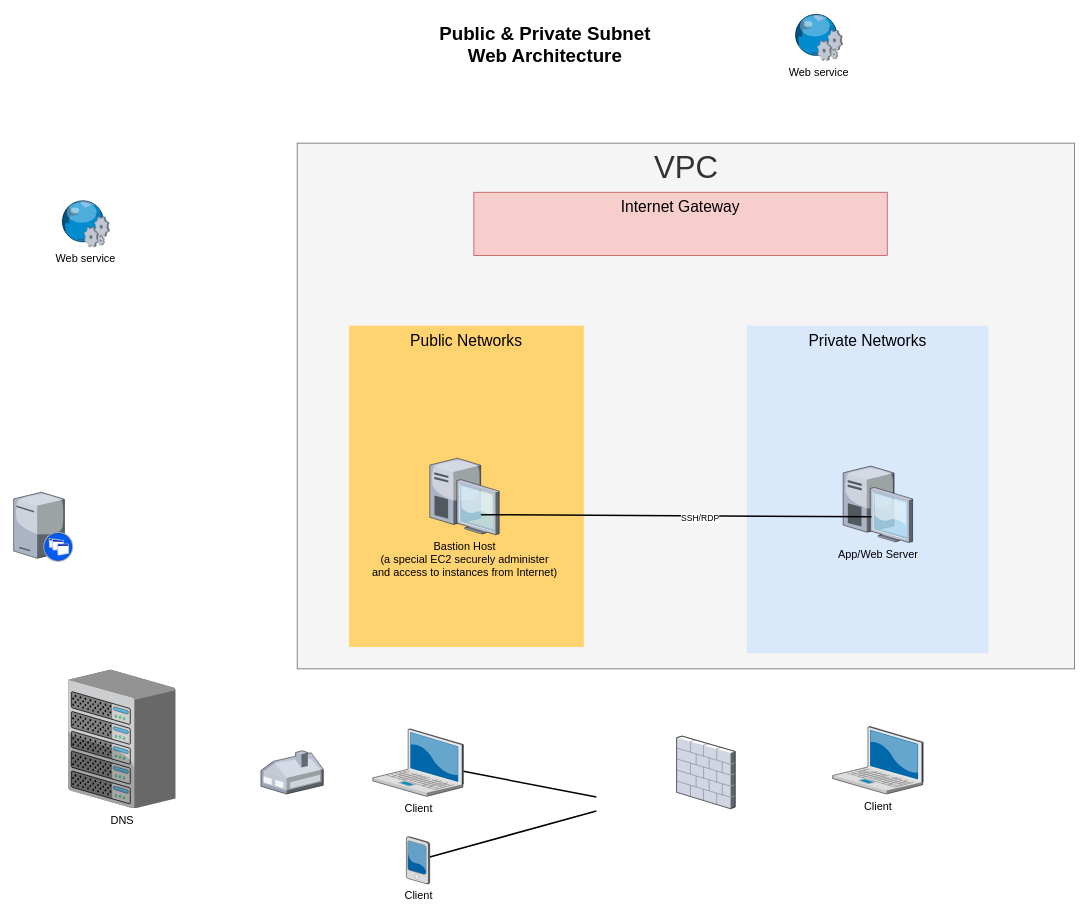
This is AWS_VPC_architecture.drawio from jwang1109/Draw, a draw.io file, before an edit. Source tidied: cells renumbered, new cells numbered last; positions are measured from the earlier drawing's top-left corner, leaving out a move shared by most shapes. Both pictures are drawn from the tidied source at 78%, with x=0, y=0 at pixel (13, 13).
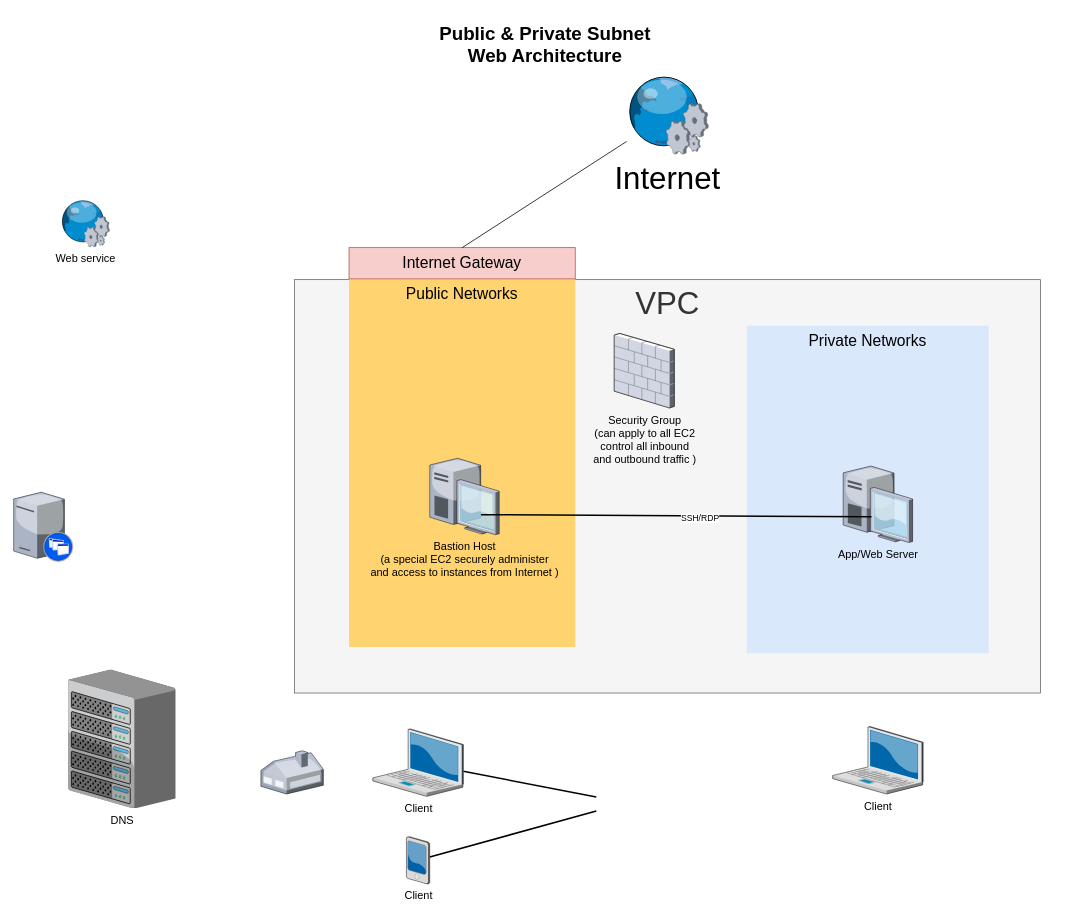
The same page after the edit.

Diff of the diagram source:
```diff
@@
     <mxCell id="2" value="&lt;font style=&quot;font-size: 40px;&quot;&gt;VPC&lt;/font&gt;" style="whiteSpace=wrap;html=1;fontSize=14;verticalAlign=top;fillColor=#f5f5f5;fontColor=#333333;strokeColor=#666666;" parent="1" vertex="1">
-      <mxGeometry x="363.5" y="166" width="996.5" height="674" as="geometry" />
+      <mxGeometry x="360" y="341" width="956.5" height="530" as="geometry" />
     </mxCell>
     <mxCell id="3" value="&lt;font style=&quot;font-size: 20px;&quot;&gt;Public&amp;nbsp;Networks&lt;/font&gt;" style="whiteSpace=wrap;html=1;fillColor=#FFD470;gradientColor=none;fontSize=14;strokeColor=none;verticalAlign=top;" parent="1" vertex="1">
-      <mxGeometry x="430" y="400" width="301" height="412" as="geometry" />
+      <mxGeometry x="430" y="340" width="290" height="472" as="geometry" />
     </mxCell>
@@
-    <mxCell id="7" value="Bastion Host&lt;br&gt;(a special EC2 securely administer &lt;br&gt;and access to instances from Internet)" style="verticalLabelPosition=bottom;html=1;verticalAlign=top;strokeColor=none;shape=mxgraph.citrix.desktop;fillColor=#66B2FF;gradientColor=#0066CC;fontSize=14;" parent="1" vertex="1">
+    <mxCell id="7" value="Bastion Host&lt;br&gt;(a special EC2 securely administer &lt;br&gt;and access to instances from Internet )" style="verticalLabelPosition=bottom;html=1;verticalAlign=top;strokeColor=none;shape=mxgraph.citrix.desktop;fillColor=#66B2FF;gradientColor=#0066CC;fontSize=14;" parent="1" vertex="1">
       <mxGeometry x="533.5" y="570" width="89" height="98" as="geometry" />
     </mxCell>
@@
-    <mxCell id="13" style="verticalLabelPosition=bottom;html=1;verticalAlign=top;strokeColor=none;shape=mxgraph.citrix.firewall;fillColor=#66B2FF;gradientColor=#0066CC;fontSize=14;" parent="1" vertex="1">
-      <mxGeometry x="850" y="926.2" width="75" height="93" as="geometry" />
+    <mxCell id="13" value="Security Group&lt;br&gt;(can apply to all EC2&lt;br&gt;control all inbound &lt;br&gt;and outbound traffic )" style="verticalLabelPosition=bottom;html=1;verticalAlign=top;strokeColor=none;shape=mxgraph.citrix.firewall;fillColor=#66B2FF;gradientColor=#0066CC;fontSize=14;" parent="1" vertex="1">
+      <mxGeometry x="770" y="410" width="77" height="95.5" as="geometry" />
     </mxCell>
@@
-    <mxCell id="20" value="Web service" style="verticalLabelPosition=bottom;html=1;verticalAlign=top;strokeColor=none;shape=mxgraph.citrix.web_service;fillColor=#66B2FF;gradientColor=#0066CC;fontSize=14;" parent="1" vertex="1">
-      <mxGeometry x="1000" width="63" height="60" as="geometry" />
+    <mxCell id="20" value="Internet&lt;br style=&quot;font-size: 40px;&quot;&gt;" style="verticalLabelPosition=bottom;html=1;verticalAlign=top;strokeColor=none;shape=mxgraph.citrix.web_service;fillColor=#66B2FF;gradientColor=#0066CC;fontSize=40;" parent="1" vertex="1">
+      <mxGeometry x="785.8" y="80" width="105" height="100" as="geometry" />
     </mxCell>
     <mxCell id="21" value="Internet Gateway" style="whiteSpace=wrap;html=1;fillColor=#f8cecc;fontSize=20;strokeColor=#b85450;verticalAlign=top;" parent="1" vertex="1">
-      <mxGeometry x="590" y="229" width="530" height="81" as="geometry" />
+      <mxGeometry x="430" y="300" width="290" height="40" as="geometry" />
     </mxCell>
+    <mxCell id="22" style="endArrow=none;html=1;rounded=0;entryX=0.5;entryY=0;entryDx=0;entryDy=0;" parent="1" edge="1" source="20" target="21">
+      <mxGeometry relative="1" as="geometry" />
+    </mxCell>
```
